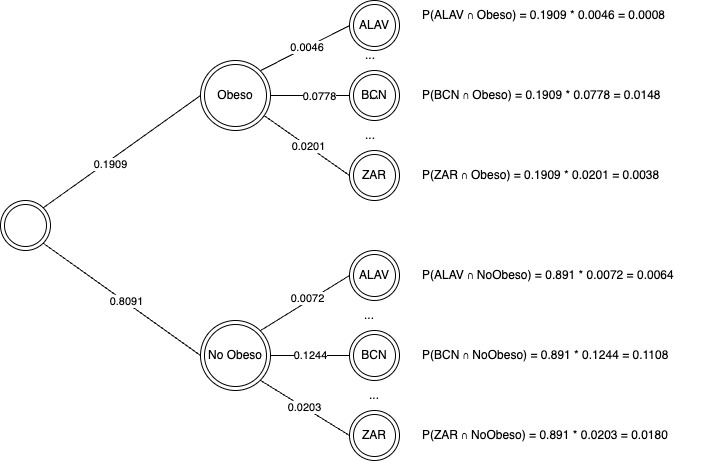
leandrogutierrez148/master keeps this draw.io diagram as M2/A3/arbol.drawio.png. Above is the earlier version. Source tidied: cells renumbered, new cells last; positions are measured from the earlier drawing's top-left corner, leaving out a move shared by most shapes. The source it was exported from:
```xml
<mxGraphModel>
  <root>
    <mxCell id="0" />
    <mxCell id="1" parent="0" />
    <mxCell id="2" style="ellipse;shape=doubleEllipse;whiteSpace=wrap;html=1;" parent="1" vertex="1">
      <mxGeometry y="200" width="50" height="50" as="geometry" />
    </mxCell>
    <mxCell id="3" style="rounded=0;jettySize=auto;html=1;exitX=1;exitY=0;exitDx=0;exitDy=0;entryX=0;entryY=0.5;entryDx=0;entryDy=0;endArrow=none;endFill=0;" parent="1" edge="1" source="9" target="15">
      <mxGeometry relative="1" as="geometry" />
    </mxCell>
    <mxCell id="4" value="&amp;nbsp;0.0046" style="edgeLabel;html=1;align=center;verticalAlign=middle;" parent="3" vertex="1">
      <mxGeometry x="0.02" y="1" relative="1" as="geometry" />
    </mxCell>
    <mxCell id="5" style="rounded=0;jettySize=auto;html=1;entryX=0;entryY=0.5;entryDx=0;entryDy=0;endArrow=none;endFill=0;" parent="1" edge="1" source="9" target="16">
      <mxGeometry relative="1" as="geometry" />
    </mxCell>
    <mxCell id="6" value="0.0778" style="edgeLabel;html=1;align=center;verticalAlign=middle;" parent="5" vertex="1">
      <mxGeometry x="0.21" relative="1" as="geometry" />
    </mxCell>
    <mxCell id="7" style="rounded=0;jettySize=auto;html=1;entryX=0;entryY=0.5;entryDx=0;entryDy=0;endArrow=none;endFill=0;" parent="1" edge="1" source="9" target="17">
      <mxGeometry relative="1" as="geometry" />
    </mxCell>
    <mxCell id="8" value="0.0201" style="edgeLabel;html=1;align=center;verticalAlign=middle;" parent="7" vertex="1">
      <mxGeometry x="0.01" relative="1" as="geometry" />
    </mxCell>
    <mxCell id="9" value="Obeso" style="ellipse;shape=doubleEllipse;whiteSpace=wrap;html=1;" parent="1" vertex="1">
      <mxGeometry x="200" y="60" width="70" height="70" as="geometry" />
    </mxCell>
    <mxCell id="10" value="No Obeso" style="ellipse;shape=doubleEllipse;whiteSpace=wrap;html=1;" parent="1" vertex="1">
      <mxGeometry x="200" y="320" width="70" height="70" as="geometry" />
    </mxCell>
    <mxCell id="11" style="endArrow=none;html=1;rounded=0;exitX=1;exitY=0;exitDx=0;exitDy=0;entryX=0;entryY=0.5;entryDx=0;entryDy=0;" parent="1" edge="1" source="2" target="9">
      <mxGeometry relative="1" as="geometry" />
    </mxCell>
    <mxCell id="12" value="0.1909" style="edgeLabel;html=1;align=center;verticalAlign=middle;" parent="11" vertex="1">
      <mxGeometry x="-0.17" y="-3" relative="1" as="geometry" />
    </mxCell>
    <mxCell id="13" style="endArrow=none;html=1;rounded=0;exitX=1;exitY=1;exitDx=0;exitDy=0;entryX=0;entryY=0.5;entryDx=0;entryDy=0;" parent="1" edge="1" source="2" target="10">
      <mxGeometry relative="1" as="geometry" />
    </mxCell>
    <mxCell id="14" value="0.8091" style="edgeLabel;html=1;align=center;verticalAlign=middle;" parent="13" vertex="1">
      <mxGeometry x="0.04" y="1" relative="1" as="geometry" />
    </mxCell>
    <mxCell id="15" value="ALAV" style="ellipse;shape=doubleEllipse;whiteSpace=wrap;html=1;" parent="1" vertex="1">
      <mxGeometry x="349" width="50" height="50" as="geometry" />
    </mxCell>
    <mxCell id="16" value="BCN" style="ellipse;shape=doubleEllipse;whiteSpace=wrap;html=1;" parent="1" vertex="1">
      <mxGeometry x="349" y="70" width="50" height="50" as="geometry" />
    </mxCell>
    <mxCell id="17" value="ZAR" style="ellipse;shape=doubleEllipse;whiteSpace=wrap;html=1;" parent="1" vertex="1">
      <mxGeometry x="349" y="150" width="50" height="50" as="geometry" />
    </mxCell>
    <mxCell id="18" value="..." style="text;html=1;align=center;verticalAlign=middle;whiteSpace=wrap;rounded=0;" parent="1" vertex="1">
      <mxGeometry x="340" y="40" width="60" height="30" as="geometry" />
    </mxCell>
    <mxCell id="19" value="..." style="text;html=1;align=center;verticalAlign=middle;whiteSpace=wrap;rounded=0;" parent="1" vertex="1">
      <mxGeometry x="344" y="80" width="60" height="30" as="geometry" />
    </mxCell>
    <mxCell id="20" style="rounded=0;jettySize=auto;html=1;entryX=0;entryY=0.5;entryDx=0;entryDy=0;endArrow=none;endFill=0;exitX=1;exitY=0;exitDx=0;exitDy=0;" parent="1" edge="1" source="10" target="24">
      <mxGeometry relative="1" as="geometry" />
    </mxCell>
    <mxCell id="21" value="0.0072" style="edgeLabel;html=1;align=center;verticalAlign=middle;" parent="20" vertex="1">
      <mxGeometry x="0.1" y="4" relative="1" as="geometry">
        <mxPoint y="1" as="offset" />
      </mxGeometry>
    </mxCell>
    <mxCell id="22" value="0.1244" style="rounded=0;jettySize=auto;html=1;entryX=0;entryY=0.5;entryDx=0;entryDy=0;endArrow=none;endFill=0;exitX=1;exitY=0.5;exitDx=0;exitDy=0;" parent="1" edge="1" source="10" target="25">
      <mxGeometry relative="1" as="geometry" />
    </mxCell>
    <mxCell id="23" value="0.0203" style="rounded=0;jettySize=auto;html=1;entryX=0;entryY=0.5;entryDx=0;entryDy=0;endArrow=none;endFill=0;exitX=1;exitY=1;exitDx=0;exitDy=0;" parent="1" edge="1" source="10" target="26">
      <mxGeometry relative="1" as="geometry" />
    </mxCell>
    <mxCell id="24" value="ALAV" style="ellipse;shape=doubleEllipse;whiteSpace=wrap;html=1;" parent="1" vertex="1">
      <mxGeometry x="349" y="250" width="50" height="50" as="geometry" />
    </mxCell>
    <mxCell id="25" value="BCN" style="ellipse;shape=doubleEllipse;whiteSpace=wrap;html=1;" parent="1" vertex="1">
      <mxGeometry x="349" y="330" width="50" height="50" as="geometry" />
    </mxCell>
    <mxCell id="26" value="ZAR" style="ellipse;shape=doubleEllipse;whiteSpace=wrap;html=1;" parent="1" vertex="1">
      <mxGeometry x="349" y="410" width="50" height="50" as="geometry" />
    </mxCell>
    <mxCell id="27" value="..." style="text;html=1;align=center;verticalAlign=middle;whiteSpace=wrap;rounded=0;" parent="1" vertex="1">
      <mxGeometry x="339" y="300" width="60" height="30" as="geometry" />
    </mxCell>
    <mxCell id="28" value="..." style="text;html=1;align=center;verticalAlign=middle;whiteSpace=wrap;rounded=0;" parent="1" vertex="1">
      <mxGeometry x="344" y="380" width="60" height="30" as="geometry" />
    </mxCell>
    <mxCell id="29" value="P(ALAV ∩ Obeso) = 0.1909 * 0.0046 =&amp;nbsp;0.0008" style="text;html=1;align=left;verticalAlign=middle;whiteSpace=wrap;rounded=0;" parent="1" vertex="1">
      <mxGeometry x="420" width="260" height="30" as="geometry" />
    </mxCell>
    <mxCell id="30" value="P(BCN ∩ Obeso) = 0.1909 * 0.0778 =&amp;nbsp;0.0148" style="text;html=1;align=left;verticalAlign=middle;whiteSpace=wrap;rounded=0;" parent="1" vertex="1">
      <mxGeometry x="420" y="80" width="260" height="30" as="geometry" />
    </mxCell>
    <mxCell id="31" value="P(ZAR ∩ Obeso) = 0.1909 * 0.0201 =&amp;nbsp;0.0038" style="text;html=1;align=left;verticalAlign=middle;whiteSpace=wrap;rounded=0;" parent="1" vertex="1">
      <mxGeometry x="420" y="160" width="260" height="30" as="geometry" />
    </mxCell>
    <mxCell id="32" value="..." style="text;html=1;align=center;verticalAlign=middle;whiteSpace=wrap;rounded=0;" parent="1" vertex="1">
      <mxGeometry x="340" y="120" width="60" height="30" as="geometry" />
    </mxCell>
    <mxCell id="33" value="P(ALAV ∩ NoObeso) = 0.891 * 0.0072 =&amp;nbsp;0.0064" style="text;html=1;align=left;verticalAlign=middle;whiteSpace=wrap;rounded=0;" parent="1" vertex="1">
      <mxGeometry x="420" y="260" width="300" height="30" as="geometry" />
    </mxCell>
    <mxCell id="34" value="P(BCN ∩ NoObeso) = 0.891&amp;nbsp;* 0.1244 =&amp;nbsp;0.1108" style="text;html=1;align=left;verticalAlign=middle;whiteSpace=wrap;rounded=0;" parent="1" vertex="1">
      <mxGeometry x="420" y="340" width="290" height="30" as="geometry" />
    </mxCell>
    <mxCell id="35" value="P(ZAR ∩ NoObeso) = 0.891&amp;nbsp;* 0.0203 =&amp;nbsp;0.0180" style="text;html=1;align=left;verticalAlign=middle;whiteSpace=wrap;rounded=0;" parent="1" vertex="1">
      <mxGeometry x="420" y="420" width="300" height="30" as="geometry" />
    </mxCell>
  </root>
</mxGraphModel>
```
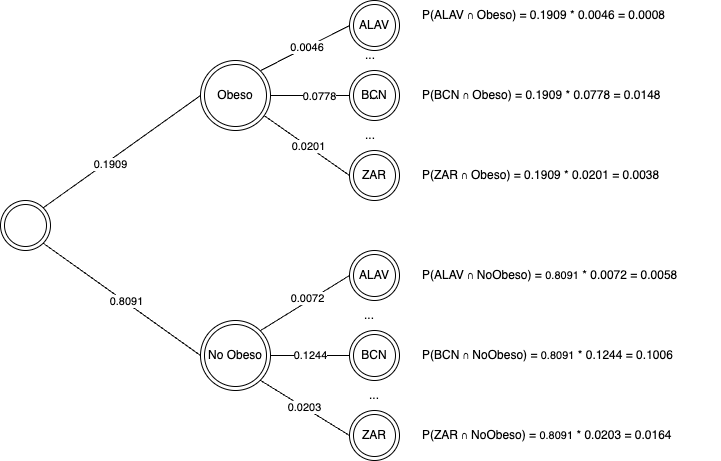
Above is the later version.

Change to the diagram source:
```diff
@@ -97,13 +97,13 @@
     <mxCell id="32" value="..." style="text;html=1;align=center;verticalAlign=middle;whiteSpace=wrap;rounded=0;" parent="1" vertex="1">
       <mxGeometry x="340" y="120" width="60" height="30" as="geometry" />
     </mxCell>
-    <mxCell id="33" value="P(ALAV ∩ NoObeso) = 0.891 * 0.0072 =&amp;nbsp;0.0064" style="text;html=1;align=left;verticalAlign=middle;whiteSpace=wrap;rounded=0;" parent="1" vertex="1">
+    <mxCell id="33" value="P(ALAV ∩ NoObeso) =&amp;nbsp;&lt;span style=&quot;font-size: 11px; text-align: center; text-wrap: nowrap; background-color: rgb(255, 255, 255);&quot;&gt;0.8091&lt;/span&gt;&amp;nbsp;* 0.0072 = 0.0058" style="text;html=1;align=left;verticalAlign=middle;whiteSpace=wrap;rounded=0;" parent="1" vertex="1">
       <mxGeometry x="420" y="260" width="300" height="30" as="geometry" />
     </mxCell>
-    <mxCell id="34" value="P(BCN ∩ NoObeso) = 0.891&amp;nbsp;* 0.1244 =&amp;nbsp;0.1108" style="text;html=1;align=left;verticalAlign=middle;whiteSpace=wrap;rounded=0;" parent="1" vertex="1">
+    <mxCell id="34" value="P(BCN ∩ NoObeso) =&amp;nbsp;&lt;span style=&quot;font-size: 11px; text-align: center; text-wrap: nowrap; background-color: rgb(255, 255, 255);&quot;&gt;0.8091&lt;/span&gt;&amp;nbsp;* 0.1244 = 0.1006" style="text;html=1;align=left;verticalAlign=middle;whiteSpace=wrap;rounded=0;" parent="1" vertex="1">
       <mxGeometry x="420" y="340" width="290" height="30" as="geometry" />
     </mxCell>
-    <mxCell id="35" value="P(ZAR ∩ NoObeso) = 0.891&amp;nbsp;* 0.0203 =&amp;nbsp;0.0180" style="text;html=1;align=left;verticalAlign=middle;whiteSpace=wrap;rounded=0;" parent="1" vertex="1">
+    <mxCell id="35" value="P(ZAR ∩ NoObeso) =&amp;nbsp;&lt;span style=&quot;font-size: 11px; text-align: center; text-wrap: nowrap; background-color: rgb(255, 255, 255);&quot;&gt;0.8091&lt;/span&gt;&amp;nbsp;* 0.0203 = 0.0164" style="text;html=1;align=left;verticalAlign=middle;whiteSpace=wrap;rounded=0;" parent="1" vertex="1">
       <mxGeometry x="420" y="420" width="300" height="30" as="geometry" />
     </mxCell>
   </root>
```
